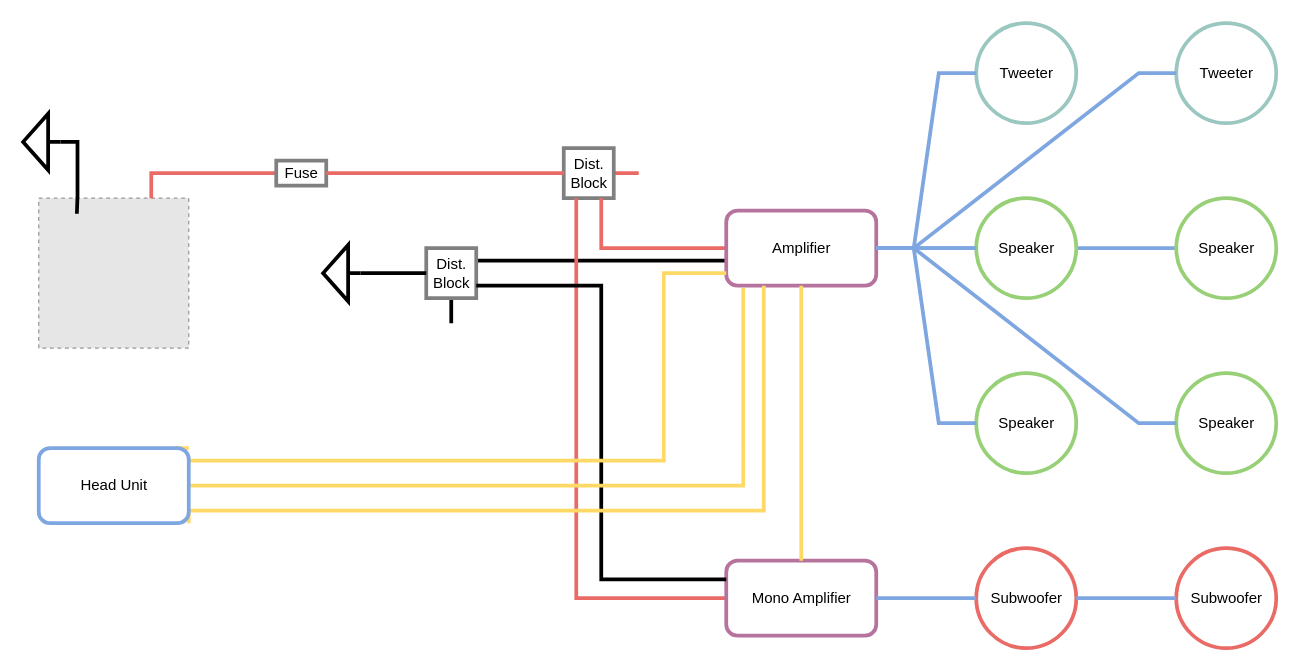
This is Kia Optima Stereo.drawio from nicholasleblanc/diagrams, a draw.io file, before an edit. Source tidied: cells renumbered, new cells numbered last; positions are measured from the earlier drawing's top-left corner, leaving out a move shared by most shapes. Both pictures are drawn from the tidied source at 125%, with x=0, y=0 at pixel (12, 22). Pictures stored in the file or linked from it are replaced by grey dashed boxes.
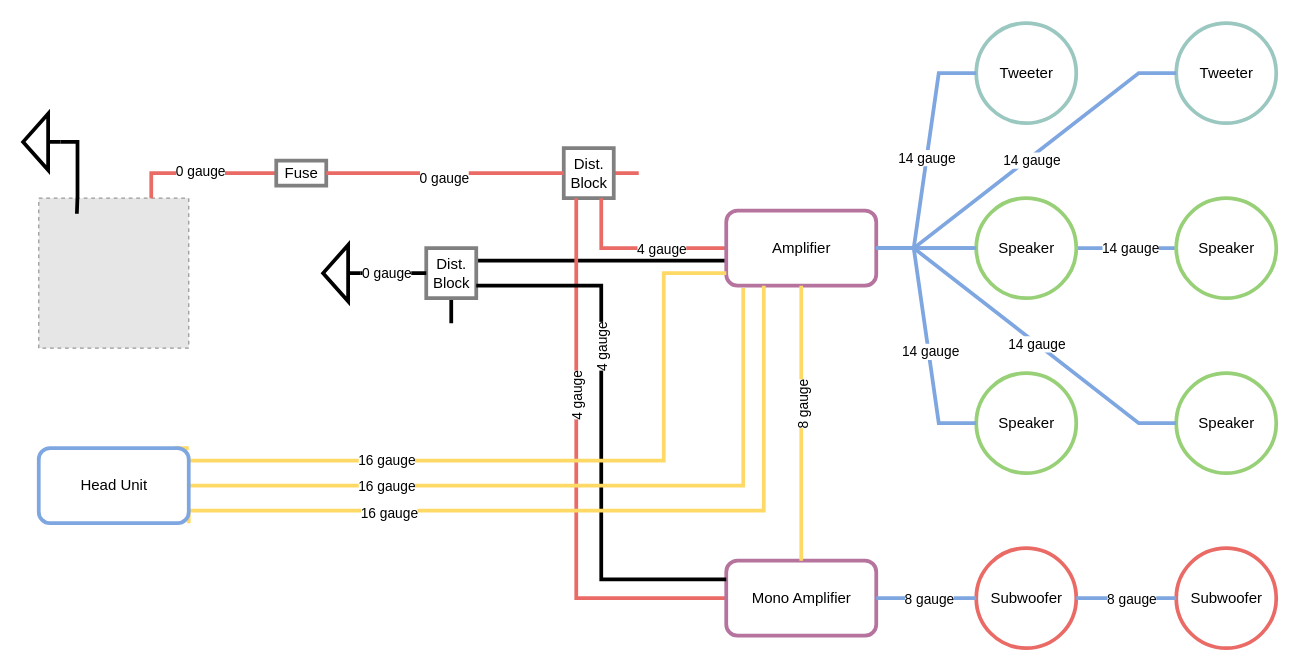
Above is the later version.

Commit message:
Add wire sizes.

Unchanged cells that the change refers to:
```xml
<mxCell id="2" style="edgeStyle=entityRelationEdgeStyle;rounded=0;jettySize=auto;html=1;entryX=0;entryY=0.5;entryDx=0;entryDy=0;strokeColor=#7EA6E0;strokeWidth=3;endArrow=none;endFill=0;" parent="1" edge="1" source="13" target="31">
  <mxGeometry relative="1" as="geometry" />
</mxCell>
<mxCell id="9" style="edgeStyle=orthogonalEdgeStyle;rounded=0;jettySize=auto;html=1;strokeColor=#EA6B66;strokeWidth=3;endArrow=none;endFill=0;entryX=0.75;entryY=0;entryDx=0;entryDy=0;" parent="1" edge="1" source="10" target="4">
  <mxGeometry relative="1" as="geometry" />
</mxCell>
<mxCell id="11" style="edgeStyle=orthogonalEdgeStyle;rounded=0;jettySize=auto;html=1;entryX=1;entryY=0.5;entryDx=0;entryDy=0;strokeColor=#EA6B66;strokeWidth=3;endArrow=none;endFill=0;" parent="1" edge="1" source="8" target="10">
  <mxGeometry relative="1" as="geometry" />
</mxCell>
<mxCell id="12" style="edgeStyle=orthogonalEdgeStyle;rounded=0;jettySize=auto;html=1;entryX=0.75;entryY=1;entryDx=0;entryDy=0;strokeColor=#EA6B66;strokeWidth=3;endArrow=none;endFill=0;" parent="1" edge="1" source="13" target="8">
  <mxGeometry relative="1" as="geometry" />
</mxCell>
<mxCell id="14" style="edgeStyle=orthogonalEdgeStyle;rounded=0;jettySize=auto;html=1;strokeColor=#EA6B66;strokeWidth=3;endArrow=none;endFill=0;entryX=0.25;entryY=1;entryDx=0;entryDy=0;" parent="1" edge="1" source="15" target="8">
  <mxGeometry relative="1" as="geometry" />
</mxCell>
<mxCell id="16" style="edgeStyle=orthogonalEdgeStyle;rounded=0;jettySize=auto;html=1;entryX=0;entryY=0.25;entryDx=0;entryDy=0;strokeColor=#000000;strokeWidth=3;endArrow=none;endFill=0;exitX=1;exitY=0.75;exitDx=0;exitDy=0;" parent="1" edge="1" source="6" target="15">
  <mxGeometry relative="1" as="geometry" />
</mxCell>
<mxCell id="17" style="rounded=0;jettySize=auto;html=1;strokeColor=#FFD966;strokeWidth=3;endArrow=none;endFill=0;" parent="1" edge="1" source="13" target="15">
  <mxGeometry relative="1" as="geometry" />
</mxCell>
<mxCell id="18" style="edgeStyle=orthogonalEdgeStyle;rounded=0;jettySize=auto;html=1;entryX=0.113;entryY=1.033;entryDx=0;entryDy=0;strokeColor=#FFD966;strokeWidth=3;endArrow=none;endFill=0;exitX=1;exitY=0;exitDx=0;exitDy=0;entryPerimeter=0;" parent="1" edge="1" source="21" target="13">
  <mxGeometry relative="1" as="geometry">
    <Array as="points">
      <mxPoint x="130.5" y="370" />
      <mxPoint x="584.5" y="370" />
    </Array>
  </mxGeometry>
</mxCell>
<mxCell id="19" style="edgeStyle=orthogonalEdgeStyle;rounded=0;jettySize=auto;html=1;strokeColor=#FFD966;strokeWidth=3;endArrow=none;endFill=0;exitX=1;exitY=0.5;exitDx=0;exitDy=0;" parent="1" edge="1" source="21">
  <mxGeometry relative="1" as="geometry">
    <mxPoint x="570.5" y="200" as="targetPoint" />
    <Array as="points">
      <mxPoint x="130.5" y="350" />
      <mxPoint x="520.5" y="350" />
      <mxPoint x="520.5" y="200" />
    </Array>
  </mxGeometry>
</mxCell>
<mxCell id="20" style="edgeStyle=orthogonalEdgeStyle;rounded=0;jettySize=auto;html=1;exitX=1;exitY=1;exitDx=0;exitDy=0;strokeColor=#FFD966;strokeWidth=3;endArrow=none;endFill=0;" parent="1" edge="1" source="21">
  <mxGeometry relative="1" as="geometry">
    <mxPoint x="600.5" y="210" as="targetPoint" />
    <Array as="points">
      <mxPoint x="130.5" y="390" />
      <mxPoint x="600.5" y="390" />
      <mxPoint x="600.5" y="210" />
    </Array>
  </mxGeometry>
</mxCell>
<mxCell id="24" style="edgeStyle=entityRelationEdgeStyle;rounded=0;jettySize=auto;html=1;entryX=0;entryY=0.5;entryDx=0;entryDy=0;endArrow=none;endFill=0;strokeColor=#7EA6E0;strokeWidth=3;" parent="1" edge="1" source="22" target="23">
  <mxGeometry relative="1" as="geometry" />
</mxCell>
<mxCell id="26" style="edgeStyle=entityRelationEdgeStyle;rounded=0;jettySize=auto;html=1;entryX=0;entryY=0.5;entryDx=0;entryDy=0;strokeColor=#7EA6E0;strokeWidth=3;endArrow=none;endFill=0;" parent="1" edge="1" source="13" target="25">
  <mxGeometry relative="1" as="geometry" />
</mxCell>
<mxCell id="28" style="edgeStyle=entityRelationEdgeStyle;rounded=0;jettySize=auto;html=1;entryX=0;entryY=0.5;entryDx=0;entryDy=0;strokeColor=#7EA6E0;strokeWidth=3;endArrow=none;endFill=0;" parent="1" edge="1" source="13" target="27">
  <mxGeometry relative="1" as="geometry" />
</mxCell>
<mxCell id="33" style="edgeStyle=entityRelationEdgeStyle;rounded=0;jettySize=auto;html=1;entryX=0;entryY=0.5;entryDx=0;entryDy=0;strokeColor=#7EA6E0;strokeWidth=3;endArrow=none;endFill=0;" parent="1" edge="1" source="13" target="32">
  <mxGeometry relative="1" as="geometry" />
</mxCell>
<mxCell id="35" style="edgeStyle=entityRelationEdgeStyle;rounded=0;jettySize=auto;html=1;entryX=0;entryY=0.5;entryDx=0;entryDy=0;strokeColor=#7EA6E0;strokeWidth=3;endArrow=none;endFill=0;" parent="1" edge="1" source="13" target="34">
  <mxGeometry relative="1" as="geometry" />
</mxCell>
<mxCell id="36" style="endArrow=none;html=1;rounded=0;exitX=1;exitY=0.5;exitDx=0;exitDy=0;entryX=0;entryY=0.5;entryDx=0;entryDy=0;strokeColor=#7EA6E0;strokeWidth=3;edgeStyle=entityRelationEdgeStyle;" parent="1" edge="1" source="15" target="22">
  <mxGeometry relative="1" as="geometry" />
</mxCell>
<mxCell id="39" style="edgeStyle=orthogonalEdgeStyle;rounded=0;jettySize=auto;html=1;entryX=0;entryY=0.5;entryDx=0;entryDy=0;strokeColor=#000000;strokeWidth=3;endArrow=none;endFill=0;" parent="1" edge="1" source="40" target="6">
  <mxGeometry relative="1" as="geometry" />
</mxCell>
```

Change to the diagram source:
```diff
@@
+    <mxCell id="41" value="14 gauge" style="edgeLabel;html=1;align=center;verticalAlign=middle;" parent="2" vertex="1">
+      <mxGeometry x="0.69" y="1" relative="1" as="geometry" />
+    </mxCell>
@@
+    <mxCell id="42" value="0 gauge" style="edgeLabel;html=1;align=center;verticalAlign=middle;" parent="9" vertex="1">
+      <mxGeometry x="0.01" y="-2" relative="1" as="geometry" />
+    </mxCell>
@@
+    <mxCell id="43" value="0 gauge" style="edgeLabel;html=1;align=center;verticalAlign=middle;" parent="11" vertex="1">
+      <mxGeometry x="0.02" y="3" relative="1" as="geometry">
+        <mxPoint x="1" as="offset" />
+      </mxGeometry>
+    </mxCell>
@@
+    <mxCell id="44" value="4 gauge" style="edgeLabel;html=1;align=center;verticalAlign=middle;" parent="12" vertex="1">
+      <mxGeometry x="0.02" relative="1" as="geometry">
+        <mxPoint x="19" as="offset" />
+      </mxGeometry>
+    </mxCell>
@@
+    <mxCell id="45" value="4 gauge" style="edgeLabel;html=1;align=center;verticalAlign=middle;rotation=-90;" parent="14" vertex="1">
+      <mxGeometry x="0.34" y="1" relative="1" as="geometry">
+        <mxPoint x="1" y="14" as="offset" />
+      </mxGeometry>
+    </mxCell>
@@
+    <mxCell id="46" value="4 gauge" style="edgeLabel;html=1;align=center;verticalAlign=middle;rotation=-90;" parent="16" vertex="1">
+      <mxGeometry x="-0.22" relative="1" as="geometry">
+        <mxPoint y="-20" as="offset" />
+      </mxGeometry>
+    </mxCell>
@@
+    <mxCell id="47" value="8 gauge" style="edgeLabel;html=1;align=center;verticalAlign=middle;rotation=-90;" parent="17" vertex="1">
+      <mxGeometry x="-0.13" y="1" relative="1" as="geometry" />
+    </mxCell>
@@
+    <mxCell id="48" value="16 gauge" style="edgeLabel;html=1;align=center;verticalAlign=middle;" parent="18" vertex="1">
+      <mxGeometry x="-0.33" y="-1" relative="1" as="geometry">
+        <mxPoint x="-10" y="-1" as="offset" />
+      </mxGeometry>
+    </mxCell>
@@
+    <mxCell id="49" value="16 gauge" style="edgeLabel;html=1;align=center;verticalAlign=middle;" parent="19" vertex="1">
+      <mxGeometry x="-0.33" y="1" relative="1" as="geometry">
+        <mxPoint x="-10" as="offset" />
+      </mxGeometry>
+    </mxCell>
@@
+    <mxCell id="50" value="16 gauge" style="edgeLabel;html=1;align=center;verticalAlign=middle;" parent="20" vertex="1">
+      <mxGeometry x="-0.4" y="-1" relative="1" as="geometry">
+        <mxPoint x="-11" as="offset" />
+      </mxGeometry>
+    </mxCell>
@@
+    <mxCell id="51" value="8 gauge" style="edgeLabel;html=1;align=center;verticalAlign=middle;" parent="24" vertex="1">
+      <mxGeometry x="0.09" relative="1" as="geometry" />
+    </mxCell>
@@
+    <mxCell id="52" value="14 gauge" style="edgeLabel;html=1;align=center;verticalAlign=middle;" parent="26" vertex="1">
+      <mxGeometry x="0.12" y="1" relative="1" as="geometry" />
+    </mxCell>
@@
+    <mxCell id="53" value="14 gauge" style="edgeLabel;html=1;align=center;verticalAlign=middle;" parent="28" vertex="1">
+      <mxGeometry x="0.07" relative="1" as="geometry" />
+    </mxCell>
@@
+    <mxCell id="54" value="14 gauge" style="edgeLabel;html=1;align=center;verticalAlign=middle;" parent="33" vertex="1">
+      <mxGeometry x="0.02" relative="1" as="geometry" />
+    </mxCell>
@@
+    <mxCell id="55" value="14 gauge" style="edgeLabel;html=1;align=center;verticalAlign=middle;" parent="35" vertex="1">
+      <mxGeometry x="0.02" y="-2" relative="1" as="geometry" />
+    </mxCell>
@@
+    <mxCell id="56" value="8 gauge" style="edgeLabel;html=1;align=center;verticalAlign=middle;" parent="36" vertex="1">
+      <mxGeometry x="0.04" relative="1" as="geometry" />
+    </mxCell>
@@
+    <mxCell id="57" value="0 gauge" style="edgeLabel;html=1;align=center;verticalAlign=middle;" parent="39" vertex="1">
+      <mxGeometry x="-0.24" y="1" relative="1" as="geometry" />
+    </mxCell>
```
